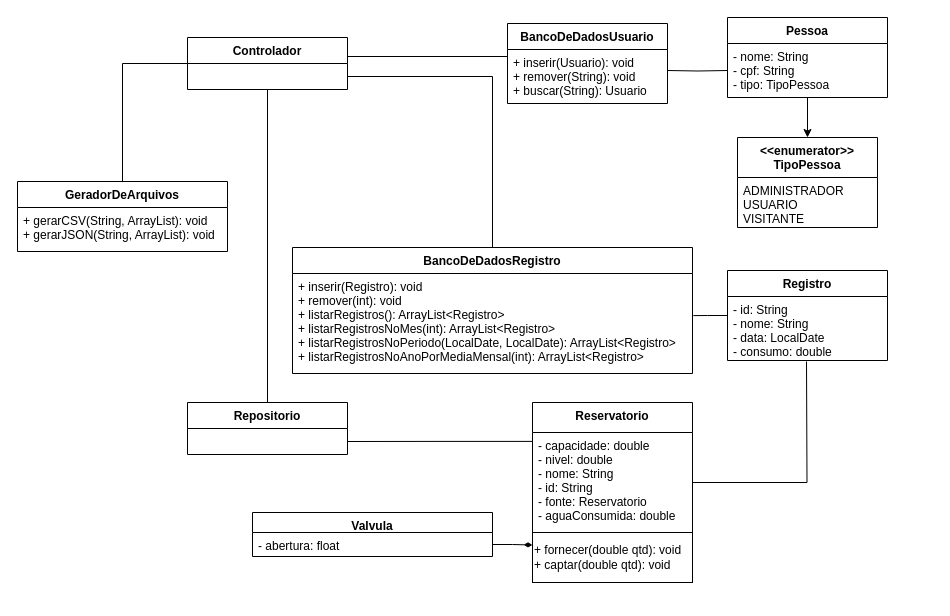
Before: informações do projeto/entrega 02 - diagrama de classes UML/Waterway.drawio in ronaldo26rodrigues/Lifeway, a draw.io diagram. Source tidied: cells renumbered, new cells numbered last; positions are measured from the earlier drawing's top-left corner, leaving out a move shared by most shapes. Both pictures are drawn from the tidied source at 100%, with x=0, y=0 at pixel (17, 17).
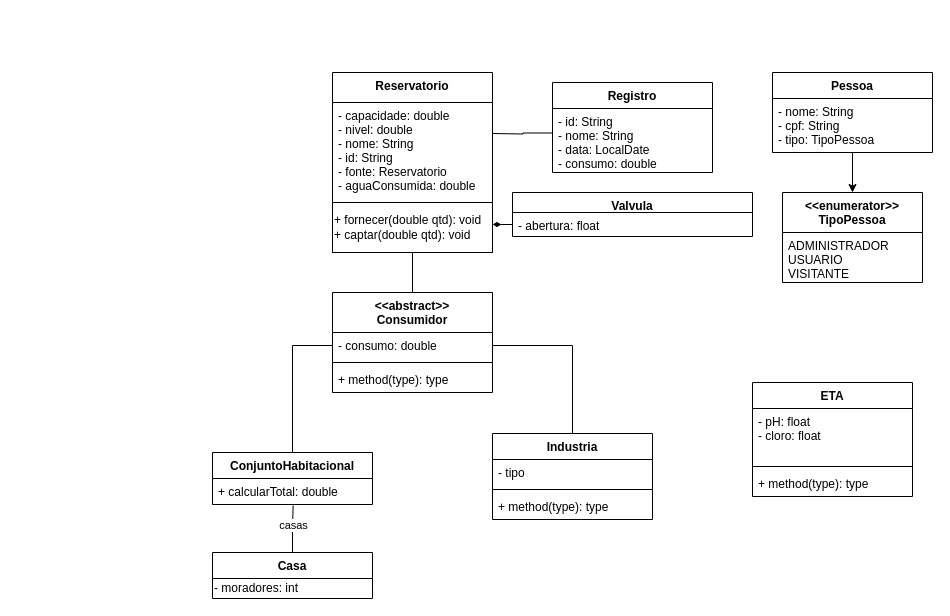
Above is the later version.

Unchanged cells that the change refers to:
```xml
<mxCell id="4" value="- capacidade: double&#10;- nivel: double&#10;- nome: String&#10;- id: String&#10;- fonte: Reservatorio&#10;- aguaConsumida: double" style="text;strokeColor=none;fillColor=none;align=left;verticalAlign=top;spacingLeft=4;spacingRight=4;overflow=hidden;points=[[0,0.5],[1,0.5]];portConstraint=eastwest;" parent="3" vertex="1">
  <mxGeometry y="30" width="160" height="100" as="geometry" />
</mxCell>
<mxCell id="5" value="+ fornecer(double qtd): void&lt;br&gt;+ captar(double qtd): void" style="html=1;align=left;" parent="3" vertex="1">
  <mxGeometry y="130" width="160" height="50" as="geometry" />
</mxCell>
<mxCell id="7" value="- abertura: float" style="text;strokeColor=none;fillColor=none;align=left;verticalAlign=top;spacingLeft=4;spacingRight=4;overflow=hidden;points=[[0,0.5],[1,0.5]];portConstraint=eastwest;" parent="6" vertex="1">
  <mxGeometry y="20" width="240" height="24" as="geometry" />
</mxCell>
<mxCell id="10" value="- id: String&#10;- nome: String&#10;- data: LocalDate&#10;- consumo: double" style="text;strokeColor=none;fillColor=none;align=left;verticalAlign=top;spacingLeft=4;spacingRight=4;overflow=hidden;points=[[0,0.5],[1,0.5]];portConstraint=eastwest;" parent="9" vertex="1">
  <mxGeometry y="26" width="160" height="64" as="geometry" />
</mxCell>
<mxCell id="13" value="- nome: String&#10;- cpf: String&#10;- tipo: TipoPessoa" style="text;strokeColor=none;fillColor=none;align=left;verticalAlign=top;spacingLeft=4;spacingRight=4;overflow=hidden;points=[[0,0.5],[1,0.5]];portConstraint=eastwest;" parent="12" vertex="1">
  <mxGeometry y="26" width="160" height="54" as="geometry" />
</mxCell>
```

The edit, as a diff of the source:
```diff
@@
-    <mxCell id="2" style="edgeStyle=orthogonalEdgeStyle;rounded=0;jettySize=auto;html=1;exitX=1;exitY=0.5;exitDx=0;exitDy=0;endArrow=none;endFill=0;" parent="1" edge="1" source="4">
+    <mxCell id="2" style="edgeStyle=orthogonalEdgeStyle;rounded=0;jettySize=auto;html=1;endArrow=none;endFill=0;entryX=0.001;entryY=0.383;entryDx=0;entryDy=0;entryPerimeter=0;" parent="1" edge="1" target="10">
       <mxGeometry relative="1" as="geometry">
-        <mxPoint x="789" y="344" as="targetPoint" />
+        <mxPoint x="475" y="116" as="sourcePoint" />
       </mxGeometry>
     </mxCell>
     <mxCell id="3" value="Reservatorio" style="swimlane;fontStyle=1;align=center;verticalAlign=top;horizontal=1;startSize=30;" parent="1" vertex="1">
-      <mxGeometry x="515" y="385" width="160" height="180" as="geometry" />
+      <mxGeometry x="315" y="55" width="160" height="180" as="geometry" />
     </mxCell>
@@
     <mxCell id="6" value="Valvula" style="swimlane;fontStyle=1;align=center;verticalAlign=top;horizontal=1;startSize=20;" parent="1" vertex="1">
-      <mxGeometry x="235" y="495" width="240" height="44" as="geometry" />
+      <mxGeometry x="495" y="175" width="240" height="44" as="geometry" />
     </mxCell>
@@
-    <mxCell id="8" style="edgeStyle=orthogonalEdgeStyle;rounded=0;jettySize=auto;html=1;endArrow=none;endFill=0;entryX=1.002;entryY=0.421;entryDx=0;entryDy=0;entryPerimeter=0;" parent="1" edge="1" source="9" target="15">
-      <mxGeometry relative="1" as="geometry" />
-    </mxCell>
     <mxCell id="9" value="Registro" style="swimlane;fontStyle=1;align=center;verticalAlign=top;horizontal=1;startSize=26;" parent="1" vertex="1">
-      <mxGeometry x="710" y="253" width="160" height="90" as="geometry" />
+      <mxGeometry x="535" y="65" width="160" height="90" as="geometry" />
     </mxCell>
@@
     <mxCell id="12" value="Pessoa" style="swimlane;fontStyle=1;align=center;verticalAlign=top;horizontal=1;startSize=26;" parent="1" vertex="1">
-      <mxGeometry x="710" width="160" height="80" as="geometry" />
+      <mxGeometry x="755" y="55" width="160" height="80" as="geometry" />
     </mxCell>
@@
-    <mxCell id="14" value="BancoDeDadosRegistro" style="swimlane;fontStyle=1;align=center;verticalAlign=top;horizontal=1;startSize=26;" parent="1" vertex="1">
-      <mxGeometry x="275" y="230" width="400" height="126" as="geometry" />
-    </mxCell>
-    <mxCell id="15" value="+ inserir(Registro): void&#10;+ remover(int): void&#10;+ listarRegistros(): ArrayList&lt;Registro&gt;&#10;+ listarRegistrosNoMes(int): ArrayList&lt;Registro&gt;&#10;+ listarRegistrosNoPeriodo(LocalDate, LocalDate): ArrayList&lt;Registro&gt;&#10;+ listarRegistrosNoAnoPorMediaMensal(int): ArrayList&lt;Registro&gt;" style="text;strokeColor=none;fillColor=none;align=left;verticalAlign=top;spacingLeft=4;spacingRight=4;overflow=hidden;points=[[0,0.5],[1,0.5]];portConstraint=eastwest;" parent="14" vertex="1">
-      <mxGeometry y="26" width="400" height="100" as="geometry" />
-    </mxCell>
-    <mxCell id="16" style="edgeStyle=orthogonalEdgeStyle;rounded=0;orthogonalLoop=1;jettySize=auto;html=1;entryX=1;entryY=0.5;entryDx=0;entryDy=0;startArrow=none;startFill=0;endArrow=none;endFill=0;" parent="1" edge="1">
-      <mxGeometry relative="1" as="geometry">
-        <mxPoint x="490" y="39" as="sourcePoint" />
-        <mxPoint x="330" y="39" as="targetPoint" />
-      </mxGeometry>
-    </mxCell>
-    <mxCell id="17" value="BancoDeDadosUsuario" style="swimlane;fontStyle=1;align=center;verticalAlign=top;horizontal=1;startSize=26;" parent="1" vertex="1">
-      <mxGeometry x="490" y="6" width="160" height="80" as="geometry" />
-    </mxCell>
-    <mxCell id="18" value="+ inserir(Usuario): void&#10;+ remover(String): void&#10;+ buscar(String): Usuario" style="text;strokeColor=none;fillColor=none;align=left;verticalAlign=top;spacingLeft=4;spacingRight=4;overflow=hidden;" parent="17" vertex="1">
-      <mxGeometry y="26" width="160" height="54" as="geometry" />
-    </mxCell>
-    <mxCell id="19" value="GeradorDeArquivos" style="swimlane;fontStyle=1;align=center;verticalAlign=top;horizontal=1;startSize=26;" parent="1" vertex="1">
-      <mxGeometry y="164" width="210" height="70" as="geometry" />
-    </mxCell>
-    <mxCell id="20" value="+ gerarCSV(String, ArrayList): void&#10;+ gerarJSON(String, ArrayList): void" style="text;strokeColor=none;fillColor=none;align=left;verticalAlign=top;spacingLeft=4;spacingRight=4;overflow=hidden;" parent="19" vertex="1">
-      <mxGeometry y="26" width="210" height="44" as="geometry" />
-    </mxCell>
     <mxCell id="21" value="&lt;&lt;enumerator&gt;&gt;&#10;TipoPessoa" style="swimlane;fontStyle=1;horizontal=1;startSize=40;fillColor=none;" parent="1" vertex="1">
-      <mxGeometry x="720" y="120" width="140" height="90" as="geometry" />
+      <mxGeometry x="765" y="175" width="140" height="90" as="geometry" />
     </mxCell>
@@
-    <mxCell id="23" style="edgeStyle=orthogonalEdgeStyle;rounded=0;jettySize=auto;html=1;endArrow=none;endFill=0;" parent="1" edge="1" target="13">
-      <mxGeometry relative="1" as="geometry">
-        <mxPoint x="650" y="53" as="sourcePoint" />
-      </mxGeometry>
-    </mxCell>
-    <mxCell id="24" style="edgeStyle=orthogonalEdgeStyle;rounded=0;jettySize=auto;html=1;endArrow=diamondThin;endFill=1;entryX=0;entryY=0.25;entryDx=0;entryDy=0;" parent="1" edge="1" source="7" target="5">
-      <mxGeometry relative="1" as="geometry" />
+    <mxCell id="24" style="edgeStyle=orthogonalEdgeStyle;rounded=0;jettySize=auto;html=1;endArrow=diamondThin;endFill=1;" parent="1" edge="1" source="7">
+      <mxGeometry relative="1" as="geometry">
+        <mxPoint x="475" y="207" as="targetPoint" />
+      </mxGeometry>
     </mxCell>
-    <mxCell id="25" style="edgeStyle=orthogonalEdgeStyle;rounded=0;jettySize=auto;html=1;exitX=0;exitY=0.5;exitDx=0;exitDy=0;startArrow=none;startFill=0;endArrow=none;endFill=0;entryX=0.5;entryY=0;entryDx=0;entryDy=0;" parent="1" edge="1" source="26" target="19">
-      <mxGeometry relative="1" as="geometry" />
-    </mxCell>
-    <mxCell id="26" value="Controlador" style="swimlane;fontStyle=1;align=center;verticalAlign=top;horizontal=1;startSize=26;" parent="1" vertex="1">
-      <mxGeometry x="170" y="20" width="160" height="52" as="geometry" />
-    </mxCell>
-    <mxCell id="27" style="edgeStyle=orthogonalEdgeStyle;rounded=0;jettySize=auto;html=1;entryX=0.5;entryY=0;entryDx=0;entryDy=0;startArrow=none;startFill=0;endArrow=none;endFill=0;exitX=1;exitY=0.75;exitDx=0;exitDy=0;" parent="1" edge="1" source="26" target="14">
-      <mxGeometry relative="1" as="geometry" />
-    </mxCell>
-    <mxCell id="28" style="edgeStyle=orthogonalEdgeStyle;rounded=0;jettySize=auto;html=1;exitX=0.5;exitY=0;exitDx=0;exitDy=0;entryX=0.5;entryY=1;entryDx=0;entryDy=0;startArrow=none;startFill=0;endArrow=none;endFill=0;" parent="1" edge="1" source="29" target="26">
-      <mxGeometry relative="1" as="geometry" />
-    </mxCell>
-    <mxCell id="29" value="Repositorio" style="swimlane;fontStyle=1;align=center;verticalAlign=top;horizontal=1;startSize=26;" parent="1" vertex="1">
-      <mxGeometry x="170" y="385" width="160" height="52" as="geometry" />
-    </mxCell>
-    <mxCell id="30" style="edgeStyle=orthogonalEdgeStyle;rounded=0;jettySize=auto;html=1;entryX=1;entryY=0.75;entryDx=0;entryDy=0;startArrow=none;startFill=0;endArrow=none;endFill=0;exitX=-0.003;exitY=0.089;exitDx=0;exitDy=0;exitPerimeter=0;" parent="1" edge="1" source="4" target="29">
-      <mxGeometry relative="1" as="geometry" />
-    </mxCell>
+    <mxCell id="31" style="edgeStyle=orthogonalEdgeStyle;rounded=0;jettySize=auto;html=1;exitX=0.5;exitY=0;exitDx=0;exitDy=0;entryX=0.5;entryY=1;entryDx=0;entryDy=0;endArrow=none;endFill=0;" parent="1" edge="1" source="32" target="3">
+      <mxGeometry relative="1" as="geometry" />
+    </mxCell>
+    <mxCell id="32" value="&lt;&lt;abstract&gt;&gt;&#10;Consumidor" style="swimlane;fontStyle=1;align=center;verticalAlign=top;horizontal=1;startSize=40;" parent="1" vertex="1">
+      <mxGeometry x="315" y="275" width="160" height="100" as="geometry" />
+    </mxCell>
+    <mxCell id="33" value="- consumo: double" style="text;strokeColor=none;fillColor=none;align=left;verticalAlign=top;spacingLeft=4;spacingRight=4;overflow=hidden;points=[[0,0.5],[1,0.5]];portConstraint=eastwest;" parent="32" vertex="1">
+      <mxGeometry y="40" width="160" height="26" as="geometry" />
+    </mxCell>
+    <mxCell id="34" style="line;strokeWidth=1;fillColor=none;align=left;verticalAlign=middle;spacingTop=-1;spacingLeft=3;spacingRight=3;labelPosition=right;" parent="32" vertex="1">
+      <mxGeometry y="66" width="160" height="8" as="geometry" />
+    </mxCell>
+    <mxCell id="35" value="+ method(type): type" style="text;strokeColor=none;fillColor=none;align=left;verticalAlign=top;spacingLeft=4;spacingRight=4;overflow=hidden;" parent="32" vertex="1">
+      <mxGeometry y="74" width="160" height="26" as="geometry" />
+    </mxCell>
+    <mxCell id="36" style="edgeStyle=orthogonalEdgeStyle;rounded=0;jettySize=auto;html=1;exitX=0.5;exitY=0;exitDx=0;exitDy=0;entryX=0;entryY=0.5;entryDx=0;entryDy=0;endArrow=none;endFill=0;" parent="1" edge="1" source="37" target="33">
+      <mxGeometry relative="1" as="geometry" />
+    </mxCell>
+    <mxCell id="37" value="ConjuntoHabitacional" style="swimlane;fontStyle=1;align=center;verticalAlign=top;horizontal=1;startSize=26;" parent="1" vertex="1">
+      <mxGeometry x="195" y="435" width="160" height="52" as="geometry" />
+    </mxCell>
+    <mxCell id="38" value="+ calcularTotal: double" style="text;strokeColor=none;fillColor=none;align=left;verticalAlign=top;spacingLeft=4;spacingRight=4;overflow=hidden;points=[[0,0.5],[1,0.5]];portConstraint=eastwest;" parent="37" vertex="1">
+      <mxGeometry y="26" width="160" height="26" as="geometry" />
+    </mxCell>
+    <mxCell id="39" style="edgeStyle=orthogonalEdgeStyle;rounded=0;jettySize=auto;html=1;endArrow=none;endFill=0;entryX=0.504;entryY=1.038;entryDx=0;entryDy=0;entryPerimeter=0;" parent="1" edge="1" source="41" target="38">
+      <mxGeometry relative="1" as="geometry" />
+    </mxCell>
+    <mxCell id="40" value="casas" style="edgeLabel;html=1;align=center;verticalAlign=middle;" parent="39" vertex="1">
+      <mxGeometry x="0.18" relative="1" as="geometry" />
+    </mxCell>
+    <mxCell id="41" value="Casa" style="swimlane;fontStyle=1;align=center;verticalAlign=top;horizontal=1;startSize=26;" parent="1" vertex="1">
+      <mxGeometry x="195" y="535" width="160" height="46" as="geometry" />
+    </mxCell>
+    <mxCell id="42" value="- moradores: int" style="text;html=1;align=left;verticalAlign=middle;strokeColor=none;" parent="41" vertex="1">
+      <mxGeometry y="26" width="160" height="20" as="geometry" />
+    </mxCell>
+    <mxCell id="43" style="edgeStyle=orthogonalEdgeStyle;rounded=0;jettySize=auto;html=1;entryX=1;entryY=0.5;entryDx=0;entryDy=0;endArrow=none;endFill=0;" parent="1" edge="1" source="44" target="33">
+      <mxGeometry relative="1" as="geometry" />
+    </mxCell>
+    <mxCell id="44" value="Industria" style="swimlane;fontStyle=1;align=center;verticalAlign=top;horizontal=1;startSize=26;" parent="1" vertex="1">
+      <mxGeometry x="475" y="416" width="160" height="86" as="geometry" />
+    </mxCell>
+    <mxCell id="45" value="- tipo" style="text;strokeColor=none;fillColor=none;align=left;verticalAlign=top;spacingLeft=4;spacingRight=4;overflow=hidden;" parent="44" vertex="1">
+      <mxGeometry y="26" width="160" height="26" as="geometry" />
+    </mxCell>
+    <mxCell id="46" style="line;strokeWidth=1;fillColor=none;align=left;verticalAlign=middle;spacingTop=-1;spacingLeft=3;spacingRight=3;labelPosition=right;" parent="44" vertex="1">
+      <mxGeometry y="52" width="160" height="8" as="geometry" />
+    </mxCell>
+    <mxCell id="47" value="+ method(type): type" style="text;strokeColor=none;fillColor=none;align=left;verticalAlign=top;spacingLeft=4;spacingRight=4;overflow=hidden;" parent="44" vertex="1">
+      <mxGeometry y="60" width="160" height="26" as="geometry" />
+    </mxCell>
+    <mxCell id="48" value="ETA" style="swimlane;fontStyle=1;align=center;verticalAlign=top;horizontal=1;startSize=26;" parent="1" vertex="1">
+      <mxGeometry x="735" y="365" width="160" height="114" as="geometry" />
+    </mxCell>
+    <mxCell id="49" value="- pH: float&#10;- cloro: float" style="text;strokeColor=none;fillColor=none;align=left;verticalAlign=top;spacingLeft=4;spacingRight=4;overflow=hidden;" parent="48" vertex="1">
+      <mxGeometry y="26" width="160" height="54" as="geometry" />
+    </mxCell>
+    <mxCell id="50" style="line;strokeWidth=1;fillColor=none;align=left;verticalAlign=middle;spacingTop=-1;spacingLeft=3;spacingRight=3;labelPosition=right;" parent="48" vertex="1">
+      <mxGeometry y="80" width="160" height="8" as="geometry" />
+    </mxCell>
+    <mxCell id="51" value="+ method(type): type" style="text;strokeColor=none;fillColor=none;align=left;verticalAlign=top;spacingLeft=4;spacingRight=4;overflow=hidden;" parent="48" vertex="1">
+      <mxGeometry y="88" width="160" height="26" as="geometry" />
+    </mxCell>
```
